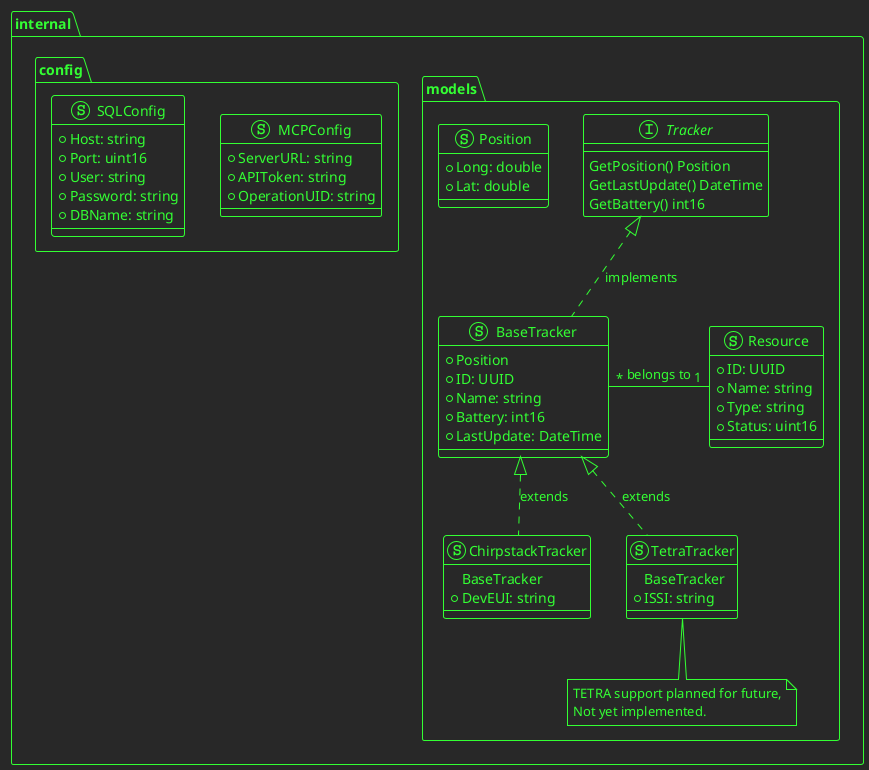
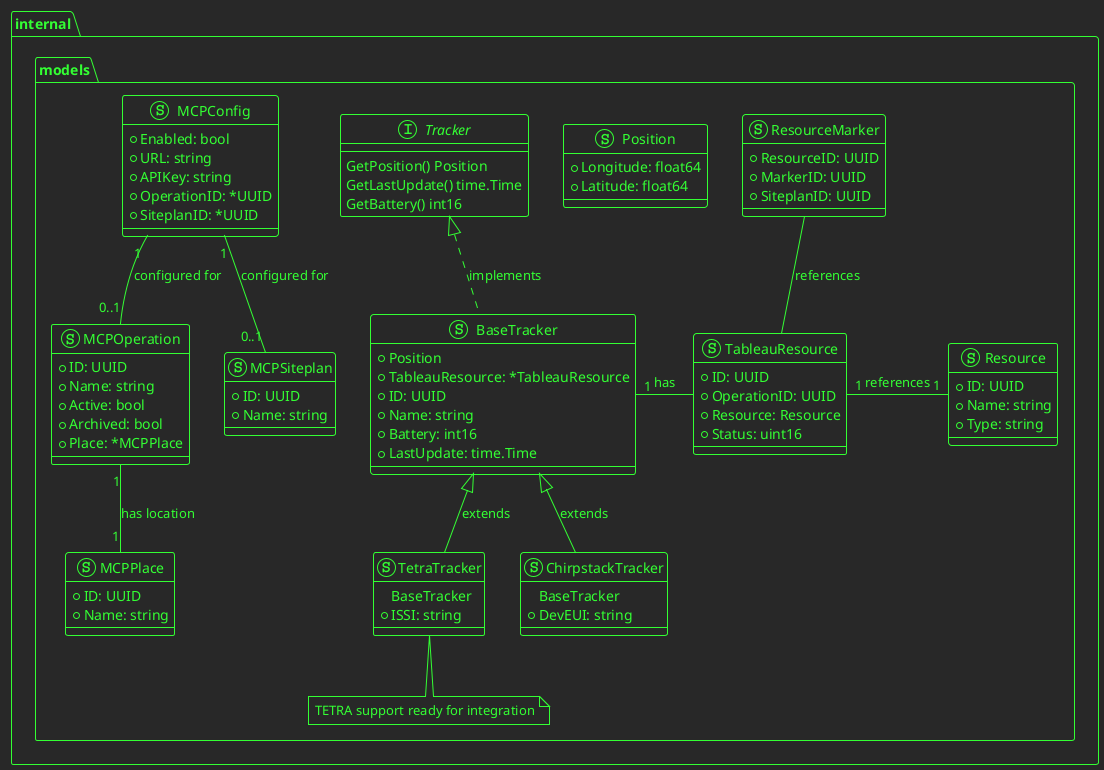
@startuml Models

!theme crt-green

package internal {
package models {
	interface Tracker {
		GetPosition() Position
- 		GetLastUpdate() DateTime
+ 		GetLastUpdate() time.Time
		GetBattery() int16
	}

	struct Position {
- 		+ Long: double
- 		+ Lat: double
+ 		+ Longitude: float64
+ 		+ Latitude: float64
	}

	struct BaseTracker {
		+ Position
+ 		+ TableauResource: *TableauResource
		+ ID: UUID
		+ Name: string
		+ Battery: int16
- 		+ LastUpdate: DateTime
+ 		+ LastUpdate: time.Time
	}

	Tracker <|.. BaseTracker : implements

	struct ChirpstackTracker {
		BaseTracker
		+ DevEUI: string
	}

- 
	struct TetraTracker {
		BaseTracker
		+ ISSI: string
	}
	note bottom of TetraTracker
- 	TETRA support planned for future,
- 	Not yet implemented.
+ 		TETRA support ready for integration
	end note

- 	BaseTracker <|.. ChirpstackTracker : extends
- 	BaseTracker <|.. TetraTracker : extends
- 
+ 	BaseTracker <|-- ChirpstackTracker : extends
+ 	BaseTracker <|-- TetraTracker : extends

	struct Resource {
		+ ID: UUID
		+ Name: string
		+ Type: string
+ 	}
+ 
+ 	struct TableauResource {
+ 		+ ID: UUID
+ 		+ OperationID: UUID
+ 		+ Resource: Resource
		+ Status: uint16
	}

- 	BaseTracker "*" - "1" Resource : belongs to
- }
- 
- package config {
- 	struct MCPConfig {
- 		+ ServerURL: string
- 		+ APIToken: string
- 		+ OperationUID: string
+ 	struct ResourceMarker {
+ 		+ ResourceID: UUID
+ 		+ MarkerID: UUID
+ 		+ SiteplanID: UUID
	}

- 	struct SQLConfig {
- 		+ Host: string
- 		+ Port: uint16
- 		+ User: string
- 		+ Password: string
- 		+ DBName: string
+ 	BaseTracker "1" - TableauResource : has
+ 	ResourceMarker -- TableauResource : references
+ 	TableauResource "1" - "1" Resource : references
+ 
+ 	struct MCPConfig {
+ 		+ Enabled: bool
+ 		+ URL: string
+ 		+ APIKey: string
+ 		+ OperationID: *UUID
+ 		+ SiteplanID: *UUID
	}
+ 
+ 	struct MCPOperation {
+ 		+ ID: UUID
+ 		+ Name: string
+ 		+ Active: bool
+ 		+ Archived: bool
+ 		+ Place: *MCPPlace
+ 	}
+ 
+ 	struct MCPSiteplan {
+ 		+ ID: UUID
+ 		+ Name: string
+ 	}
+ 
+ 	struct MCPPlace {
+ 		+ ID: UUID
+ 		+ Name: string
+ 	}
+ 
+ 	MCPOperation "1" -- "1" MCPPlace : has location
+ 	MCPConfig "1" -- "0..1" MCPOperation : configured for
+ 	MCPConfig "1" -- "0..1" MCPSiteplan : configured for
}
}

- 
- @enduml
- 
+ @enduml